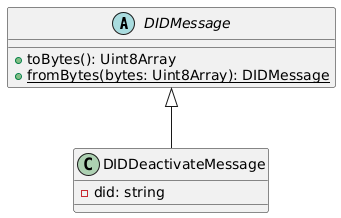
Earlier version of the PlantUML export docs/modules/ROOT/images/did-deactivate-message-class-diagram.png (Swiss-Digital-Assets-Institute/public-did-sdk-js). The source it was exported from:
```plantuml
@startuml
abstract class DIDMessage {
  + toBytes(): Uint8Array
  + {static} fromBytes(bytes: Uint8Array): DIDMessage
}

class DIDDeactivateMessage extends DIDMessage {
  - did: string
}
@enduml
```
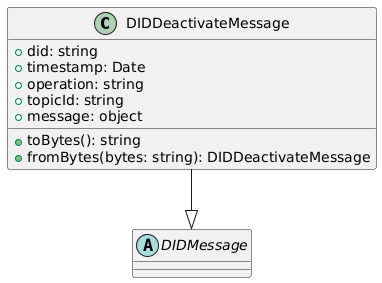
Later version of the same file.

Diff of the diagram source:
```diff
@@ -1,10 +1,14 @@
 @startuml
-abstract class DIDMessage {
-  + toBytes(): Uint8Array
-  + {static} fromBytes(bytes: Uint8Array): DIDMessage
+class DIDDeactivateMessage {
+  +did: string
+  +timestamp: Date
+  +operation: string
+  +topicId: string
+  +message: object
+  +toBytes(): string
+  +fromBytes(bytes: string): DIDDeactivateMessage
 }
+abstract class DIDMessage {}
 
-class DIDDeactivateMessage extends DIDMessage {
-  - did: string
-}
+DIDDeactivateMessage --|> DIDMessage
 @enduml
```
